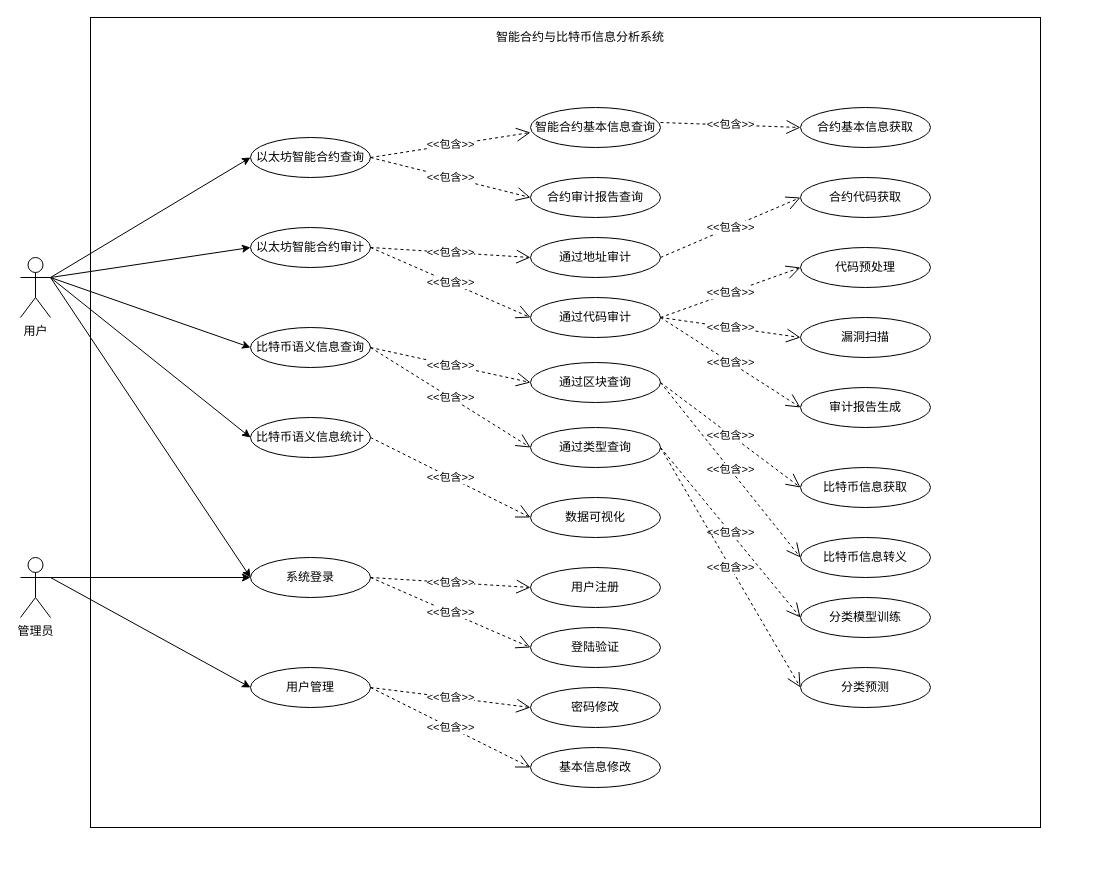
This is umlusecase.drawio from wang2gua/test, a draw.io file, before an edit. Source tidied: cells renumbered, new cells numbered last; positions are measured from the earlier drawing's top-left corner, leaving out a move shared by most shapes. Both pictures are drawn from the tidied source at 100%, with x=0, y=0 at pixel (20, 17).
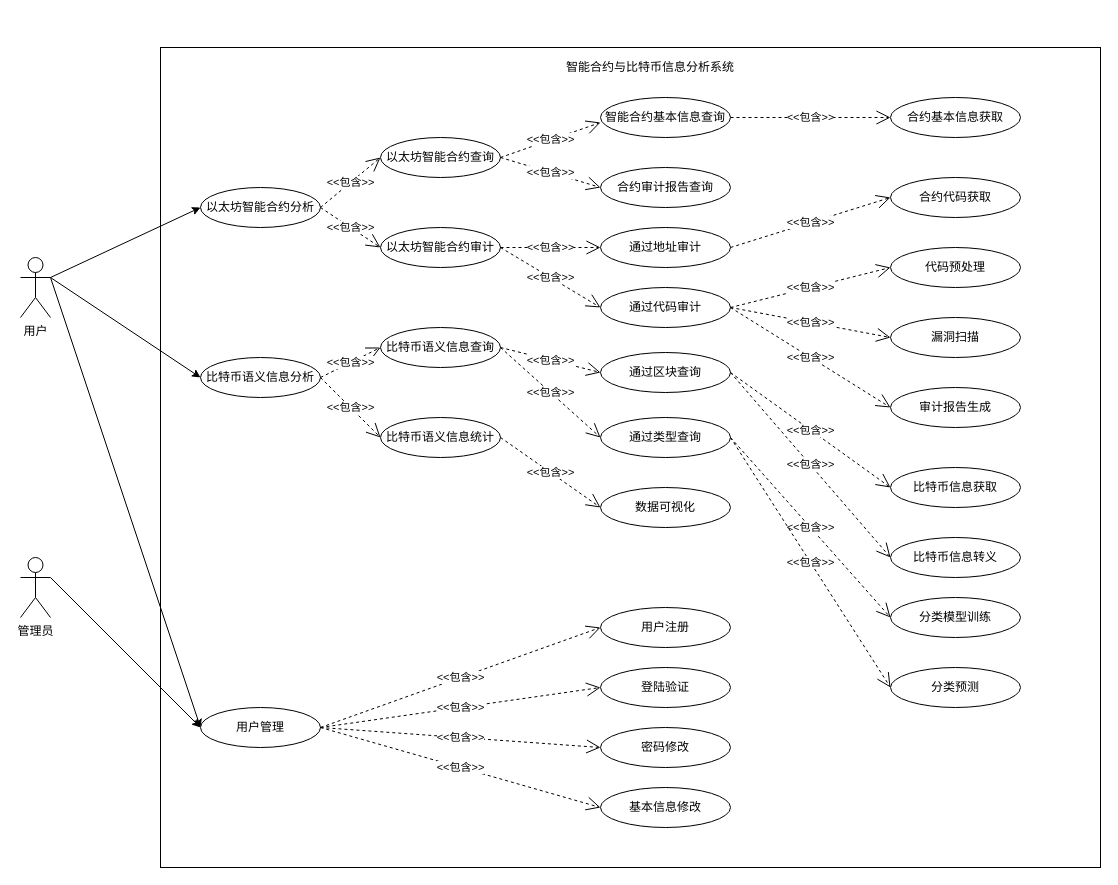
The same diagram, later.

Unchanged cells that the change refers to:
```xml
<mxCell id="3" value="用户" style="shape=umlActor;verticalLabelPosition=bottom;verticalAlign=top;html=1;outlineConnect=0;" parent="1" vertex="1">
  <mxGeometry y="240" width="30" height="60" as="geometry" />
</mxCell>
<mxCell id="25" value="管理员" style="shape=umlActor;verticalLabelPosition=bottom;verticalAlign=top;html=1;outlineConnect=0;" parent="1" vertex="1">
  <mxGeometry y="540" width="30" height="60" as="geometry" />
</mxCell>
```

Change to the diagram source:
```diff
@@
-    <mxCell id="2" style="rounded=0;whiteSpace=wrap;html=1;" parent="1" vertex="1">
-      <mxGeometry x="70" width="950" height="810" as="geometry" />
-    </mxCell>
+    <mxCell id="59" style="rounded=0;whiteSpace=wrap;html=1;" parent="1" vertex="1">
+      <mxGeometry x="140" y="30" width="940" height="820" as="geometry" />
+    </mxCell>
@@
-    <mxCell id="4" value="系统登录" style="ellipse;whiteSpace=wrap;html=1;" parent="1" vertex="1">
-      <mxGeometry x="230" y="540" width="120" height="40" as="geometry" />
-    </mxCell>
     <mxCell id="5" value="以太坊智能合约查询" style="ellipse;whiteSpace=wrap;html=1;" parent="1" vertex="1">
-      <mxGeometry x="230" y="120" width="120" height="40" as="geometry" />
+      <mxGeometry x="360" y="120" width="120" height="40" as="geometry" />
     </mxCell>
     <mxCell id="6" value="比特币语义信息查询" style="ellipse;whiteSpace=wrap;html=1;" parent="1" vertex="1">
-      <mxGeometry x="230" y="310" width="120" height="40" as="geometry" />
+      <mxGeometry x="360" y="310" width="120" height="40" as="geometry" />
     </mxCell>
     <mxCell id="7" value="以太坊智能合约审计" style="ellipse;whiteSpace=wrap;html=1;" parent="1" vertex="1">
-      <mxGeometry x="230" y="210" width="120" height="40" as="geometry" />
+      <mxGeometry x="360" y="210" width="120" height="40" as="geometry" />
     </mxCell>
     <mxCell id="8" value="比特币语义信息统计" style="ellipse;whiteSpace=wrap;html=1;" parent="1" vertex="1">
-      <mxGeometry x="230" y="400" width="120" height="40" as="geometry" />
+      <mxGeometry x="360" y="400" width="120" height="40" as="geometry" />
     </mxCell>
@@
     <mxCell id="10" value="智能合约基本信息查询" style="ellipse;whiteSpace=wrap;html=1;" parent="1" vertex="1">
-      <mxGeometry x="510" y="90" width="130" height="40" as="geometry" />
+      <mxGeometry x="580" y="80" width="130" height="40" as="geometry" />
     </mxCell>
     <mxCell id="11" value="合约审计报告查询" style="ellipse;whiteSpace=wrap;html=1;" parent="1" vertex="1">
-      <mxGeometry x="510" y="160" width="130" height="40" as="geometry" />
+      <mxGeometry x="580" y="150" width="130" height="40" as="geometry" />
     </mxCell>
     <mxCell id="12" value="通过地址审计" style="ellipse;whiteSpace=wrap;html=1;" parent="1" vertex="1">
-      <mxGeometry x="510" y="220" width="130" height="40" as="geometry" />
+      <mxGeometry x="580" y="210" width="130" height="40" as="geometry" />
     </mxCell>
     <mxCell id="13" value="通过代码审计" style="ellipse;whiteSpace=wrap;html=1;" parent="1" vertex="1">
-      <mxGeometry x="510" y="280" width="130" height="40" as="geometry" />
+      <mxGeometry x="580" y="270" width="130" height="40" as="geometry" />
     </mxCell>
@@
     <mxCell id="15" value="通过区块查询" style="ellipse;whiteSpace=wrap;html=1;" parent="1" vertex="1">
-      <mxGeometry x="510" y="345" width="130" height="40" as="geometry" />
+      <mxGeometry x="580" y="335" width="130" height="40" as="geometry" />
     </mxCell>
     <mxCell id="16" value="通过类型查询" style="ellipse;whiteSpace=wrap;html=1;" parent="1" vertex="1">
-      <mxGeometry x="510" y="410" width="130" height="40" as="geometry" />
+      <mxGeometry x="580" y="400" width="130" height="40" as="geometry" />
     </mxCell>
@@
-    <mxCell id="20" style="endArrow=classic;html=1;entryX=0;entryY=0.5;entryDx=0;entryDy=0;exitX=1;exitY=0.3333333333333333;exitDx=0;exitDy=0;exitPerimeter=0;" parent="1" edge="1" source="3" target="4">
+    <mxCell id="20" style="endArrow=classic;html=1;entryX=0;entryY=0.5;entryDx=0;entryDy=0;exitX=1;exitY=0.3333333333333333;exitDx=0;exitDy=0;exitPerimeter=0;" parent="1" edge="1" source="3" target="27">
       <mxGeometry relative="1" as="geometry" />
     </mxCell>
-    <mxCell id="21" style="endArrow=classic;html=1;entryX=0;entryY=0.5;entryDx=0;entryDy=0;exitX=1;exitY=0.3333333333333333;exitDx=0;exitDy=0;exitPerimeter=0;" parent="1" edge="1" source="3" target="5">
+    <mxCell id="21" style="endArrow=classic;html=1;exitX=1;exitY=0.3333333333333333;exitDx=0;exitDy=0;exitPerimeter=0;entryX=0;entryY=0.5;entryDx=0;entryDy=0;" parent="1" edge="1" source="3" target="60">
       <mxGeometry relative="1" as="geometry" />
     </mxCell>
-    <mxCell id="22" style="endArrow=classic;html=1;entryX=0;entryY=0.5;entryDx=0;entryDy=0;exitX=1;exitY=0.3333333333333333;exitDx=0;exitDy=0;exitPerimeter=0;" parent="1" edge="1" source="3" target="7">
-      <mxGeometry relative="1" as="geometry" />
-    </mxCell>
-    <mxCell id="23" style="endArrow=classic;html=1;entryX=0;entryY=0.5;entryDx=0;entryDy=0;exitX=1;exitY=0.3333333333333333;exitDx=0;exitDy=0;exitPerimeter=0;" parent="1" edge="1" source="3" target="6">
-      <mxGeometry relative="1" as="geometry" />
-    </mxCell>
-    <mxCell id="24" style="endArrow=classic;html=1;entryX=0;entryY=0.5;entryDx=0;entryDy=0;exitX=1;exitY=0.3333333333333333;exitDx=0;exitDy=0;exitPerimeter=0;" parent="1" edge="1" source="3" target="8">
-      <mxGeometry relative="1" as="geometry" />
-    </mxCell>
@@
-    <mxCell id="26" style="endArrow=classic;html=1;exitX=1;exitY=0.3333333333333333;exitDx=0;exitDy=0;exitPerimeter=0;entryX=0;entryY=0.5;entryDx=0;entryDy=0;" parent="1" edge="1" source="25" target="4">
-      <mxGeometry relative="1" as="geometry" />
-    </mxCell>
     <mxCell id="27" value="用户管理" style="ellipse;whiteSpace=wrap;html=1;" parent="1" vertex="1">
-      <mxGeometry x="230" y="650" width="120" height="40" as="geometry" />
+      <mxGeometry x="180" y="690" width="120" height="40" as="geometry" />
     </mxCell>
@@
     <mxCell id="30" value="用户注册" style="ellipse;whiteSpace=wrap;html=1;" parent="1" vertex="1">
-      <mxGeometry x="510" y="550" width="130" height="40" as="geometry" />
+      <mxGeometry x="580" y="590" width="130" height="40" as="geometry" />
     </mxCell>
     <mxCell id="31" value="登陆验证" style="ellipse;whiteSpace=wrap;html=1;" parent="1" vertex="1">
-      <mxGeometry x="510" y="610" width="130" height="40" as="geometry" />
+      <mxGeometry x="580" y="650" width="130" height="40" as="geometry" />
     </mxCell>
     <mxCell id="32" value="密码修改" style="ellipse;whiteSpace=wrap;html=1;" parent="1" vertex="1">
-      <mxGeometry x="510" y="670" width="130" height="40" as="geometry" />
+      <mxGeometry x="580" y="710" width="130" height="40" as="geometry" />
     </mxCell>
     <mxCell id="33" value="基本信息修改" style="ellipse;whiteSpace=wrap;html=1;" parent="1" vertex="1">
-      <mxGeometry x="510" y="730" width="130" height="40" as="geometry" />
+      <mxGeometry x="580" y="770" width="130" height="40" as="geometry" />
     </mxCell>
-    <mxCell id="34" value="&amp;lt;&amp;lt;包含&amp;gt;&amp;gt;" style="endArrow=open;endSize=12;dashed=1;html=1;entryX=0;entryY=0.5;entryDx=0;entryDy=0;exitX=1;exitY=0.5;exitDx=0;exitDy=0;" parent="1" edge="1" source="4" target="30">
+    <mxCell id="34" value="&amp;lt;&amp;lt;包含&amp;gt;&amp;gt;" style="endArrow=open;endSize=12;dashed=1;html=1;entryX=0;entryY=0.5;entryDx=0;entryDy=0;exitX=1;exitY=0.5;exitDx=0;exitDy=0;" parent="1" edge="1" source="27" target="30">
       <mxGeometry relative="1" as="geometry" />
     </mxCell>
-    <mxCell id="35" value="&amp;lt;&amp;lt;包含&amp;gt;&amp;gt;" style="endArrow=open;endSize=12;dashed=1;html=1;entryX=0;entryY=0.5;entryDx=0;entryDy=0;exitX=1;exitY=0.5;exitDx=0;exitDy=0;" parent="1" edge="1" source="4" target="31">
+    <mxCell id="35" value="&amp;lt;&amp;lt;包含&amp;gt;&amp;gt;" style="endArrow=open;endSize=12;dashed=1;html=1;entryX=0;entryY=0.5;entryDx=0;entryDy=0;exitX=1;exitY=0.5;exitDx=0;exitDy=0;" parent="1" edge="1" source="27" target="31">
       <mxGeometry relative="1" as="geometry" />
     </mxCell>
@@
     <mxCell id="38" value="智能合约与比特币信息分析系统" style="text;html=1;strokeColor=none;fillColor=none;align=center;verticalAlign=middle;whiteSpace=wrap;rounded=0;" parent="1" vertex="1">
-      <mxGeometry x="440" y="10" width="240" height="20" as="geometry" />
+      <mxGeometry x="510" y="40" width="240" height="20" as="geometry" />
     </mxCell>
     <mxCell id="39" value="合约基本信息获取" style="ellipse;whiteSpace=wrap;html=1;" parent="1" vertex="1">
-      <mxGeometry x="780" y="90" width="130" height="40" as="geometry" />
+      <mxGeometry x="870" y="80" width="130" height="40" as="geometry" />
     </mxCell>
     <mxCell id="40" value="合约代码获取" style="ellipse;whiteSpace=wrap;html=1;" parent="1" vertex="1">
-      <mxGeometry x="780" y="160" width="130" height="40" as="geometry" />
+      <mxGeometry x="870" y="160" width="130" height="40" as="geometry" />
     </mxCell>
     <mxCell id="41" value="代码预处理" style="ellipse;whiteSpace=wrap;html=1;" parent="1" vertex="1">
-      <mxGeometry x="780" y="230" width="130" height="40" as="geometry" />
+      <mxGeometry x="870" y="230" width="130" height="40" as="geometry" />
     </mxCell>
     <mxCell id="42" value="漏洞扫描" style="ellipse;whiteSpace=wrap;html=1;" parent="1" vertex="1">
-      <mxGeometry x="780" y="300" width="130" height="40" as="geometry" />
+      <mxGeometry x="870" y="300" width="130" height="40" as="geometry" />
     </mxCell>
     <mxCell id="43" value="审计报告生成" style="ellipse;whiteSpace=wrap;html=1;" parent="1" vertex="1">
-      <mxGeometry x="780" y="370" width="130" height="40" as="geometry" />
+      <mxGeometry x="870" y="370" width="130" height="40" as="geometry" />
     </mxCell>
     <mxCell id="44" value="比特币信息获取" style="ellipse;whiteSpace=wrap;html=1;" parent="1" vertex="1">
-      <mxGeometry x="780" y="450" width="130" height="40" as="geometry" />
+      <mxGeometry x="870" y="450" width="130" height="40" as="geometry" />
     </mxCell>
     <mxCell id="45" value="比特币信息转义" style="ellipse;whiteSpace=wrap;html=1;" parent="1" vertex="1">
-      <mxGeometry x="780" y="520" width="130" height="40" as="geometry" />
+      <mxGeometry x="870" y="520" width="130" height="40" as="geometry" />
     </mxCell>
     <mxCell id="46" value="分类模型训练" style="ellipse;whiteSpace=wrap;html=1;" parent="1" vertex="1">
-      <mxGeometry x="780" y="580" width="130" height="40" as="geometry" />
+      <mxGeometry x="870" y="580" width="130" height="40" as="geometry" />
     </mxCell>
     <mxCell id="47" value="分类预测" style="ellipse;whiteSpace=wrap;html=1;" parent="1" vertex="1">
-      <mxGeometry x="780" y="650" width="130" height="40" as="geometry" />
+      <mxGeometry x="870" y="650" width="130" height="40" as="geometry" />
     </mxCell>
-    <mxCell id="48" value="&amp;lt;&amp;lt;包含&amp;gt;&amp;gt;" style="endArrow=open;endSize=12;dashed=1;html=1;entryX=0;entryY=0.5;entryDx=0;entryDy=0;exitX=1;exitY=0.5;exitDx=0;exitDy=0;" parent="1" edge="1" target="39">
-      <mxGeometry relative="1" as="geometry">
-        <mxPoint x="640" y="105" as="sourcePoint" />
-      </mxGeometry>
+    <mxCell id="48" value="&amp;lt;&amp;lt;包含&amp;gt;&amp;gt;" style="endArrow=open;endSize=12;dashed=1;html=1;entryX=0;entryY=0.5;entryDx=0;entryDy=0;exitX=1;exitY=0.5;exitDx=0;exitDy=0;" parent="1" edge="1" source="10" target="39">
+      <mxGeometry relative="1" as="geometry" />
     </mxCell>
@@
-    <mxCell id="51" value="&amp;lt;&amp;lt;包含&amp;gt;&amp;gt;" style="endArrow=open;endSize=12;dashed=1;html=1;entryX=0;entryY=0.5;entryDx=0;entryDy=0;" parent="1" edge="1" target="42">
-      <mxGeometry relative="1" as="geometry">
-        <mxPoint x="640" y="300" as="sourcePoint" />
-      </mxGeometry>
+    <mxCell id="51" value="&amp;lt;&amp;lt;包含&amp;gt;&amp;gt;" style="endArrow=open;endSize=12;dashed=1;html=1;entryX=0;entryY=0.5;entryDx=0;entryDy=0;exitX=1;exitY=0.5;exitDx=0;exitDy=0;" parent="1" edge="1" source="13" target="42">
+      <mxGeometry relative="1" as="geometry" />
     </mxCell>
-    <mxCell id="52" value="&amp;lt;&amp;lt;包含&amp;gt;&amp;gt;" style="endArrow=open;endSize=12;dashed=1;html=1;entryX=0;entryY=0.5;entryDx=0;entryDy=0;exitX=1;exitY=0.5;exitDx=0;exitDy=0;exitPerimeter=0;" parent="1" edge="1" target="43">
-      <mxGeometry relative="1" as="geometry">
-        <mxPoint x="640" y="300" as="sourcePoint" />
-      </mxGeometry>
+    <mxCell id="52" value="&amp;lt;&amp;lt;包含&amp;gt;&amp;gt;" style="endArrow=open;endSize=12;dashed=1;html=1;entryX=0;entryY=0.5;entryDx=0;entryDy=0;exitX=1;exitY=0.5;exitDx=0;exitDy=0;" parent="1" edge="1" source="13" target="43">
+      <mxGeometry relative="1" as="geometry" />
     </mxCell>
@@
     <mxCell id="57" value="数据可视化" style="ellipse;whiteSpace=wrap;html=1;" parent="1" vertex="1">
-      <mxGeometry x="510" y="480" width="130" height="40" as="geometry" />
+      <mxGeometry x="580" y="470" width="130" height="40" as="geometry" />
     </mxCell>
@@
+    <mxCell id="60" value="以太坊智能合约分析" style="ellipse;whiteSpace=wrap;html=1;" parent="1" vertex="1">
+      <mxGeometry x="180" y="170" width="120" height="40" as="geometry" />
+    </mxCell>
+    <mxCell id="61" value="比特币语义信息分析" style="ellipse;whiteSpace=wrap;html=1;" parent="1" vertex="1">
+      <mxGeometry x="180" y="340" width="120" height="40" as="geometry" />
+    </mxCell>
+    <mxCell id="62" style="endArrow=classic;html=1;exitX=1;exitY=0.3333333333333333;exitDx=0;exitDy=0;exitPerimeter=0;entryX=0;entryY=0.5;entryDx=0;entryDy=0;" parent="1" edge="1" source="3" target="61">
+      <mxGeometry relative="1" as="geometry" />
+    </mxCell>
+    <mxCell id="63" value="&amp;lt;&amp;lt;包含&amp;gt;&amp;gt;" style="endArrow=open;endSize=12;dashed=1;html=1;entryX=0;entryY=0.5;entryDx=0;entryDy=0;exitX=1;exitY=0.5;exitDx=0;exitDy=0;" parent="1" edge="1" source="60" target="5">
+      <mxGeometry relative="1" as="geometry" />
+    </mxCell>
+    <mxCell id="64" value="&amp;lt;&amp;lt;包含&amp;gt;&amp;gt;" style="endArrow=open;endSize=12;dashed=1;html=1;entryX=0;entryY=0.5;entryDx=0;entryDy=0;exitX=1;exitY=0.5;exitDx=0;exitDy=0;" parent="1" edge="1" source="60" target="7">
+      <mxGeometry relative="1" as="geometry" />
+    </mxCell>
+    <mxCell id="65" value="&amp;lt;&amp;lt;包含&amp;gt;&amp;gt;" style="endArrow=open;endSize=12;dashed=1;html=1;entryX=0;entryY=0.5;entryDx=0;entryDy=0;exitX=1;exitY=0.5;exitDx=0;exitDy=0;" parent="1" edge="1" source="61" target="6">
+      <mxGeometry relative="1" as="geometry" />
+    </mxCell>
+    <mxCell id="66" value="&amp;lt;&amp;lt;包含&amp;gt;&amp;gt;" style="endArrow=open;endSize=12;dashed=1;html=1;entryX=0;entryY=0.5;entryDx=0;entryDy=0;exitX=1;exitY=0.5;exitDx=0;exitDy=0;" parent="1" edge="1" source="61" target="8">
+      <mxGeometry relative="1" as="geometry" />
+    </mxCell>
```
